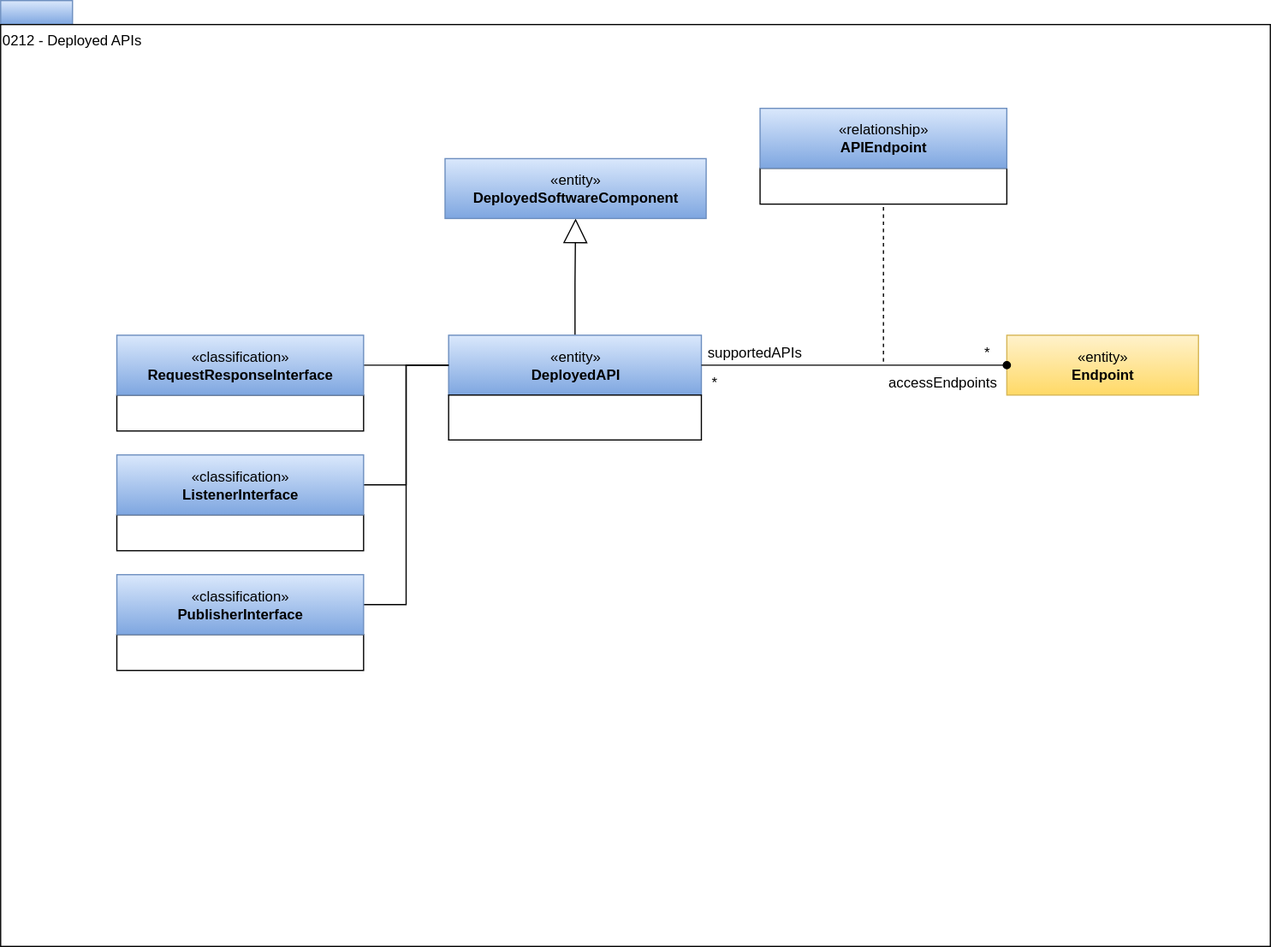
Above: site/docs/types/2/0212-Deployed-APIs.svg in odpi/egeria-docs (draw.io), before the change. Source tidied: cells renumbered, new cells last; positions are measured from the earlier drawing's top-left corner, leaving out a move shared by most shapes.
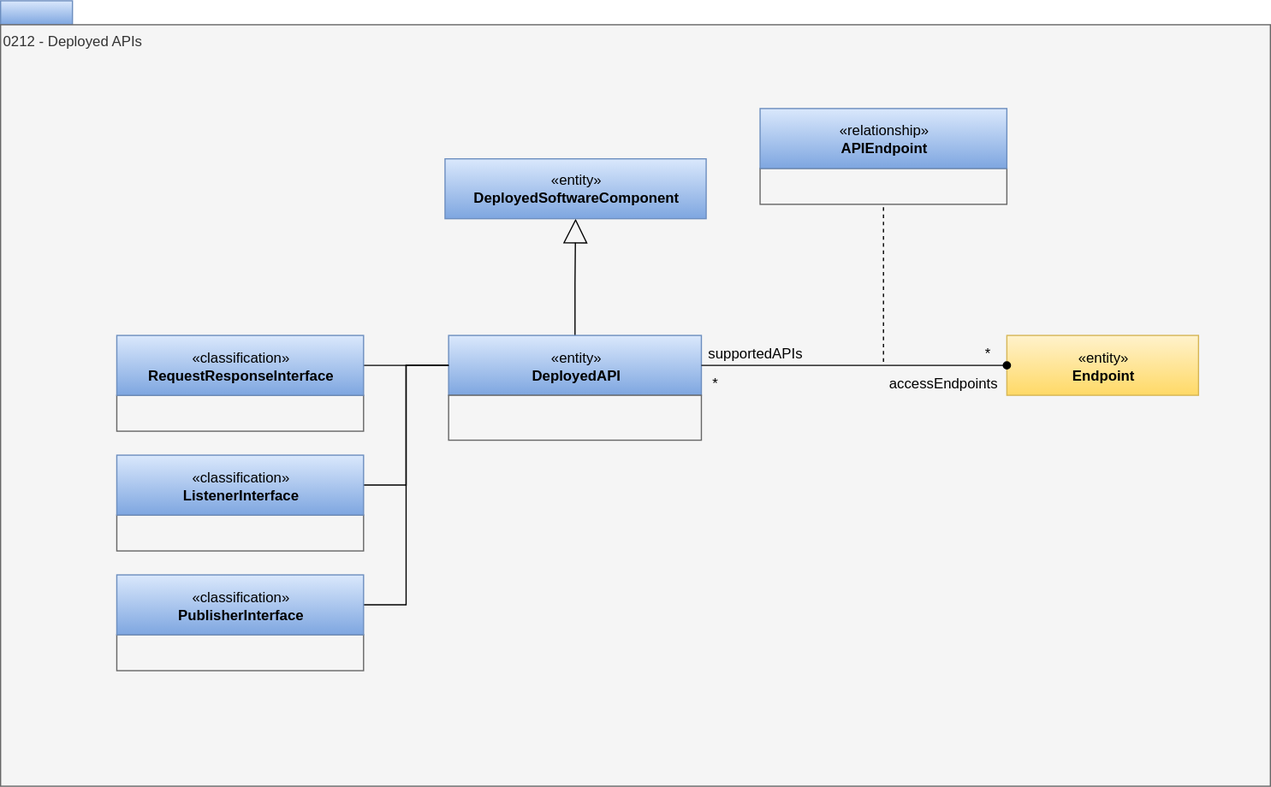
The same diagram one commit later.

The edit, as a diff of the source:
```diff
@@ -5,8 +5,8 @@
     <mxCell id="2" style="rounded=0;whiteSpace=wrap;html=1;align=left;fillColor=#dae8fc;strokeColor=#6c8ebf;gradientColor=#7ea6e0;" parent="1" vertex="1">
       <mxGeometry width="60" height="20" as="geometry" />
     </mxCell>
-    <mxCell id="3" value="0212 - Deployed APIs" style="rounded=0;whiteSpace=wrap;html=1;align=left;verticalAlign=top;" parent="1" vertex="1">
-      <mxGeometry y="20" width="1060" height="770" as="geometry" />
+    <mxCell id="3" value="0212 - Deployed APIs" style="rounded=0;whiteSpace=wrap;html=1;align=left;verticalAlign=top;fillColor=#f5f5f5;fontColor=#333333;strokeColor=#666666;" parent="1" vertex="1">
+      <mxGeometry y="20" width="1060" height="636" as="geometry" />
     </mxCell>
     <mxCell id="4" style="edgeStyle=orthogonalEdgeStyle;rounded=0;jettySize=auto;html=1;exitX=0.5;exitY=0;exitDx=0;exitDy=0;endArrow=block;endFill=0;endSize=18;" parent="1" edge="1" source="5" target="25">
       <mxGeometry relative="1" as="geometry" />
@@ -37,13 +37,13 @@
         <mxPoint x="737" y="301.5" as="sourcePoint" />
       </mxGeometry>
     </mxCell>
-    <mxCell id="13" style="rounded=0;whiteSpace=wrap;html=1;strokeColor=#000000;gradientColor=#ffffff;align=left;" parent="1" vertex="1">
+    <mxCell id="13" style="rounded=0;whiteSpace=wrap;html=1;strokeColor=#666666;align=left;fillColor=#f5f5f5;fontColor=#333333;" parent="1" vertex="1">
       <mxGeometry x="634" y="140" width="206" height="30" as="geometry" />
     </mxCell>
     <mxCell id="14" value="«relationship»&lt;br&gt;&lt;b&gt;APIEndpoint&lt;/b&gt;" style="html=1;strokeColor=#6c8ebf;align=center;fillColor=#dae8fc;gradientColor=#7ea6e0;" parent="1" vertex="1">
       <mxGeometry x="634" y="90" width="206" height="50" as="geometry" />
     </mxCell>
-    <mxCell id="15" style="rounded=0;whiteSpace=wrap;html=1;strokeColor=#000000;gradientColor=#ffffff;align=left;" parent="1" vertex="1">
+    <mxCell id="15" style="rounded=0;whiteSpace=wrap;html=1;strokeColor=#666666;align=left;fillColor=#f5f5f5;fontColor=#333333;" parent="1" vertex="1">
       <mxGeometry x="97" y="329.5" width="206" height="30" as="geometry" />
     </mxCell>
     <mxCell id="16" style="edgeStyle=orthogonalEdgeStyle;rounded=0;html=1;exitX=1;exitY=0.5;entryX=0;entryY=0.5;endArrow=none;endFill=0;jettySize=auto;" parent="1" edge="1" source="17" target="5">
@@ -52,10 +52,10 @@
     <mxCell id="17" value="«classification»&lt;br&gt;&lt;b&gt;RequestResponseInterface&lt;/b&gt;" style="html=1;strokeColor=#6c8ebf;align=center;fillColor=#dae8fc;gradientColor=#7ea6e0;" parent="1" vertex="1">
       <mxGeometry x="97" y="279.5" width="206" height="50" as="geometry" />
     </mxCell>
-    <mxCell id="18" style="rounded=0;whiteSpace=wrap;html=1;strokeColor=#000000;gradientColor=#ffffff;align=left;" parent="1" vertex="1">
+    <mxCell id="18" style="rounded=0;whiteSpace=wrap;html=1;strokeColor=#666666;align=left;fillColor=#f5f5f5;fontColor=#333333;" parent="1" vertex="1">
       <mxGeometry x="374" y="329.5" width="211" height="37.5" as="geometry" />
     </mxCell>
-    <mxCell id="19" style="rounded=0;whiteSpace=wrap;html=1;strokeColor=#000000;gradientColor=#ffffff;align=left;" parent="1" vertex="1">
+    <mxCell id="19" style="rounded=0;whiteSpace=wrap;html=1;strokeColor=#666666;align=left;fillColor=#f5f5f5;fontColor=#333333;" parent="1" vertex="1">
       <mxGeometry x="97" y="429.5" width="206" height="30" as="geometry" />
     </mxCell>
     <mxCell id="20" style="edgeStyle=orthogonalEdgeStyle;rounded=0;html=1;exitX=1;exitY=0.5;entryX=0;entryY=0.5;endArrow=none;endFill=0;jettySize=auto;" parent="1" edge="1" source="21" target="5">
@@ -64,7 +64,7 @@
     <mxCell id="21" value="«classification»&lt;br&gt;&lt;b&gt;ListenerInterface&lt;/b&gt;" style="html=1;strokeColor=#6c8ebf;align=center;fillColor=#dae8fc;gradientColor=#7ea6e0;" parent="1" vertex="1">
       <mxGeometry x="97" y="379.5" width="206" height="50" as="geometry" />
     </mxCell>
-    <mxCell id="22" style="rounded=0;whiteSpace=wrap;html=1;strokeColor=#000000;gradientColor=#ffffff;align=left;" parent="1" vertex="1">
+    <mxCell id="22" style="rounded=0;whiteSpace=wrap;html=1;strokeColor=#666666;align=left;fillColor=#f5f5f5;fontColor=#333333;" parent="1" vertex="1">
       <mxGeometry x="97" y="529.5" width="206" height="30" as="geometry" />
     </mxCell>
     <mxCell id="23" style="edgeStyle=orthogonalEdgeStyle;rounded=0;html=1;exitX=1;exitY=0.5;entryX=0;entryY=0.5;endArrow=none;endFill=0;jettySize=auto;" parent="1" edge="1" source="24" target="5">
```
